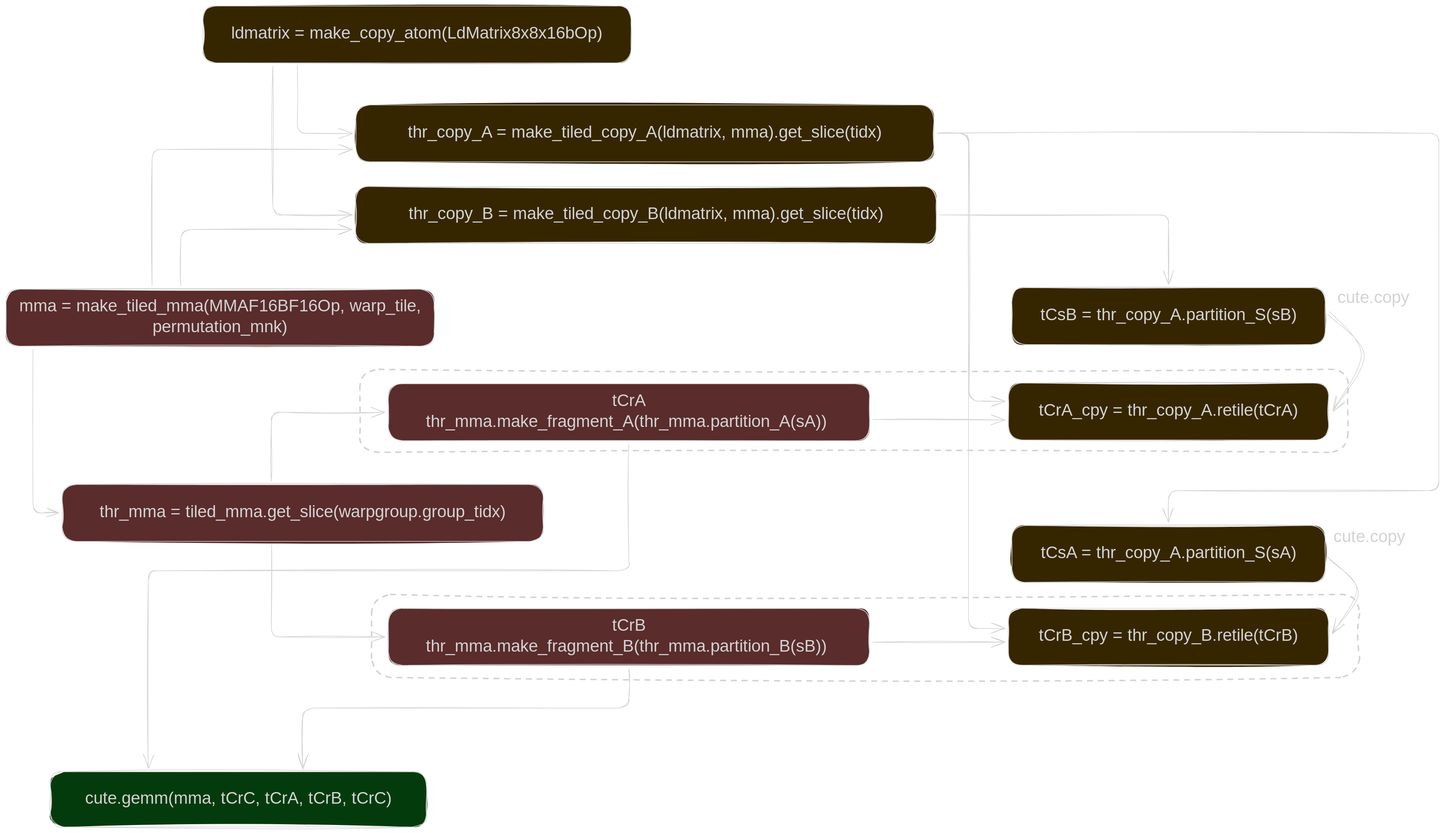
Earlier version of the Excalidraw export assets/img/megakernels/gemm_ldmatrix_dark.excalidraw.svg (Parth-Badgujar/Parth-Badgujar.github.io). Source tidied: one line per element, renumbered; positions are measured from the earlier drawing's top-left corner, leaving out a move shared by most shapes.
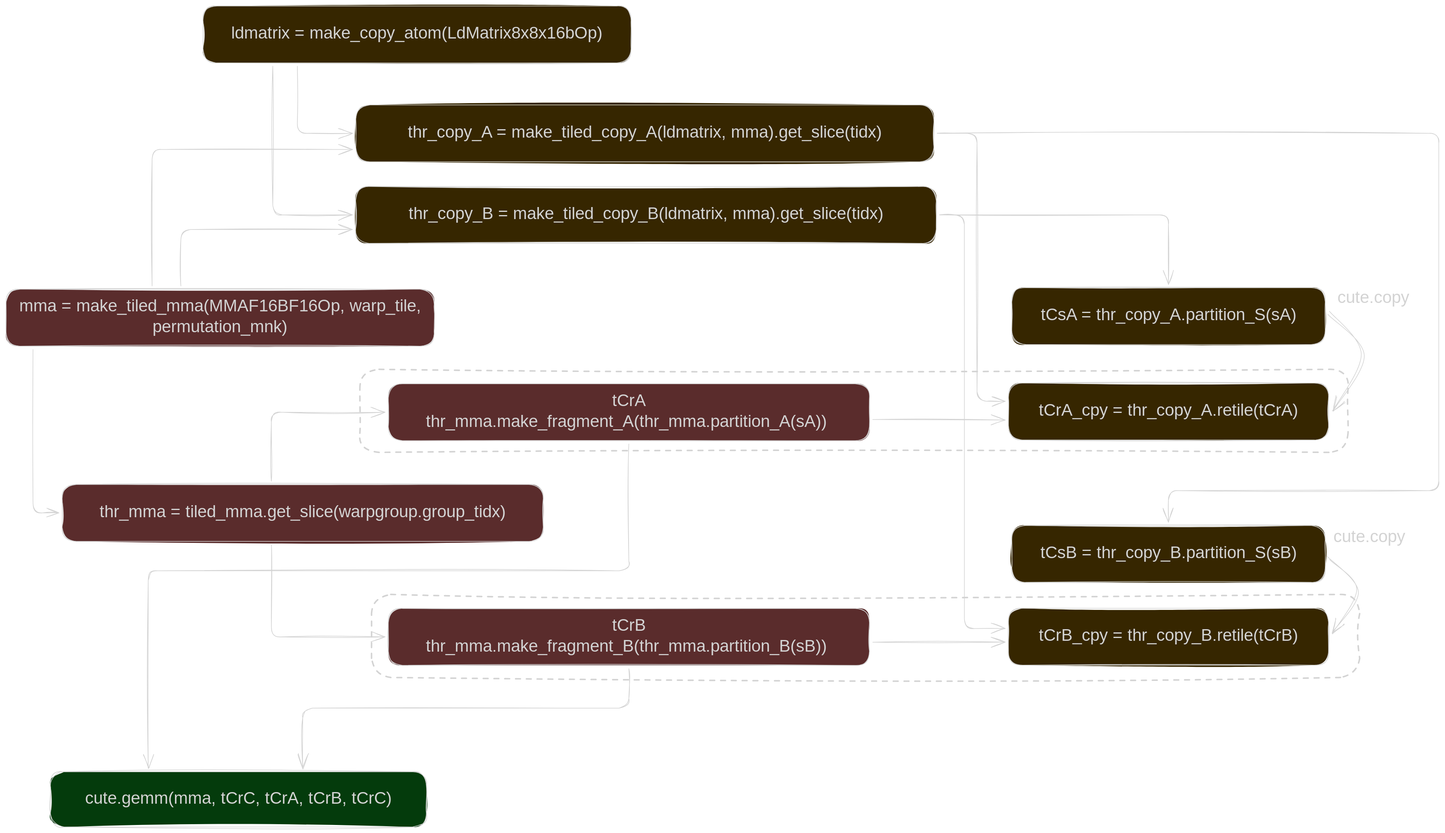
The same file after the commit.

Change to the diagram source:
```diff
@@ -7,7 +7,7 @@
 {"id": 6, "type": "arrow", "strokeColor": "#1e1e1e", "backgroundColor": "#ffec99", "fillStyle": "solid", "strokeWidth": 1, "roughness": 1, "endArrowhead": "arrow", "from": 0, "to": 2, "x": 486, "y": 100, "width": 92, "height": 112, "points": [[0, 0], [0, 112], [92, 112]]}
 {"id": 7, "type": "arrow", "strokeColor": "#1e1e1e", "backgroundColor": "#ffec99", "fillStyle": "solid", "strokeWidth": 1, "roughness": 1, "endArrowhead": "arrow", "from": 0, "to": 4, "x": 445, "y": 100, "width": 133, "height": 248, "points": [[0, 0], [0, 248], [133, 248]]}
 {"id": 8, "type": "rectangle", "strokeColor": "#1e1e1e", "backgroundColor": "#ffc9c9", "fillStyle": "solid", "strokeWidth": 1, "roughness": 1, "round": true, "x": 0, "y": 473, "width": 714, "height": 95}
-{"id": 9, "type": "text", "text": "mma = make_tiled_mma(MMAF16BF16Op, warp_tile,\npermutation_mnk)", "strokeColor": "#1e1e1e", "backgroundColor": "#ffec99", "fillStyle": "solid", "strokeWidth": 1, "roughness": 1, "fontSize": 28, "fontFamily": 8, "textAlign": "center", "verticalAlign": "middle", "inside": 8, "x": 10, "y": 485, "width": 693, "height": 70}
+{"id": 9, "type": "text", "text": "mma = make_tiled_mma(MMAF16BF16Op, warp_tile,\npermutation_mnk)", "strokeColor": "#1e1e1e", "backgroundColor": "#ffec99", "fillStyle": "solid", "strokeWidth": 1, "roughness": 1, "fontSize": 28, "fontFamily": 8, "textAlign": "center", "verticalAlign": "middle", "inside": 8, "x": 11, "y": 485, "width": 693, "height": 70}
 {"id": 10, "type": "arrow", "strokeColor": "#1e1e1e", "backgroundColor": "#ffc9c9", "fillStyle": "solid", "strokeWidth": 1, "roughness": 1, "endArrowhead": "arrow", "from": 8, "to": 4, "x": 292, "y": 467, "width": 286, "height": 94, "points": [[0, 0], [0, -94], [286, -94]]}
 {"id": 11, "type": "arrow", "strokeColor": "#1e1e1e", "backgroundColor": "#ffc9c9", "fillStyle": "solid", "strokeWidth": 1, "roughness": 1, "endArrowhead": "arrow", "from": 8, "to": 2, "x": 244, "y": 467, "width": 334, "height": 228, "points": [[0, 0], [0, -228], [334, -228]]}
 {"id": 12, "type": "rectangle", "strokeColor": "#1e1e1e", "backgroundColor": "#ffc9c9", "fillStyle": "solid", "strokeWidth": 1, "roughness": 1, "round": true, "x": 94, "y": 798, "width": 802, "height": 95}
@@ -17,20 +17,20 @@
 {"id": 16, "type": "text", "text": "tCrA\nthr_mma.make_fragment_A(thr_mma.partition_A(sA)) ", "strokeColor": "#1e1e1e", "backgroundColor": "#ffec99", "fillStyle": "solid", "strokeWidth": 1, "roughness": 1, "fontSize": 28, "fontFamily": 8, "textAlign": "center", "verticalAlign": "middle", "inside": 15, "x": 662, "y": 643, "width": 755, "height": 70}
 {"id": 17, "type": "rectangle", "strokeColor": "#1e1e1e", "backgroundColor": "#ffc9c9", "fillStyle": "solid", "strokeWidth": 1, "roughness": 1, "round": true, "x": 638, "y": 1005, "width": 802, "height": 95}
 {"id": 18, "type": "text", "text": "tCrB\nthr_mma.make_fragment_B(thr_mma.partition_B(sB)) ", "strokeColor": "#1e1e1e", "backgroundColor": "#ffec99", "fillStyle": "solid", "strokeWidth": 1, "roughness": 1, "fontSize": 28, "fontFamily": 8, "textAlign": "center", "verticalAlign": "middle", "inside": 17, "x": 662, "y": 1018, "width": 755, "height": 70}
-{"id": 19, "type": "arrow", "strokeColor": "#1e1e1e", "backgroundColor": "#ffc9c9", "fillStyle": "solid", "strokeWidth": 1, "roughness": 1, "endArrowhead": "arrow", "from": 12, "to": 15, "x": 442, "y": 793, "width": 190, "height": 115, "points": [[0, 0], [0, -115], [190, -115]]}
+{"id": 19, "type": "arrow", "strokeColor": "#1e1e1e", "backgroundColor": "#ffc9c9", "fillStyle": "solid", "strokeWidth": 1, "roughness": 1, "endArrowhead": "arrow", "from": 12, "to": 15, "x": 443, "y": 793, "width": 190, "height": 115, "points": [[0, 0], [0, -115], [190, -115]]}
 {"id": 20, "type": "arrow", "strokeColor": "#1e1e1e", "backgroundColor": "#ffc9c9", "fillStyle": "solid", "strokeWidth": 1, "roughness": 1, "endArrowhead": "arrow", "from": 12, "to": 17, "x": 443, "y": 899, "width": 189, "height": 154, "points": [[0, 0], [0, 154], [189, 154]]}
-{"id": 21, "type": "rectangle", "strokeColor": "#1e1e1e", "backgroundColor": "#ffec99", "fillStyle": "solid", "strokeWidth": 1, "roughness": 1, "round": true, "x": 1677, "y": 867, "width": 523, "height": 95}
+{"id": 21, "type": "rectangle", "strokeColor": "#1e1e1e", "backgroundColor": "#ffec99", "fillStyle": "solid", "strokeWidth": 1, "roughness": 1, "round": true, "x": 1678, "y": 867, "width": 523, "height": 95}
-{"id": 22, "type": "text", "text": "tCsA = thr_copy_A.partition_S(sA)", "strokeColor": "#1e1e1e", "backgroundColor": "#ffec99", "fillStyle": "solid", "strokeWidth": 1, "roughness": 1, "fontSize": 28, "fontFamily": 8, "textAlign": "center", "verticalAlign": "middle", "inside": 21, "x": 1685, "y": 897, "width": 508, "height": 35}
+{"id": 22, "type": "text", "text": "tCsB = thr_copy_B.partition_S(sB)", "strokeColor": "#1e1e1e", "backgroundColor": "#ffec99", "fillStyle": "solid", "strokeWidth": 1, "roughness": 1, "fontSize": 28, "fontFamily": 8, "textAlign": "center", "verticalAlign": "middle", "inside": 21, "x": 1685, "y": 897, "width": 508, "height": 35}
-{"id": 23, "type": "rectangle", "strokeColor": "#1e1e1e", "backgroundColor": "#ffec99", "fillStyle": "solid", "strokeWidth": 1, "roughness": 1, "round": true, "x": 1677, "y": 470, "width": 523, "height": 95}
+{"id": 23, "type": "rectangle", "strokeColor": "#1e1e1e", "backgroundColor": "#ffec99", "fillStyle": "solid", "strokeWidth": 1, "roughness": 1, "round": true, "x": 1678, "y": 470, "width": 523, "height": 95}
-{"id": 24, "type": "text", "text": "tCsB = thr_copy_A.partition_S(sB)", "strokeColor": "#1e1e1e", "backgroundColor": "#ffec99", "fillStyle": "solid", "strokeWidth": 1, "roughness": 1, "fontSize": 28, "fontFamily": 8, "textAlign": "center", "verticalAlign": "middle", "inside": 23, "x": 1685, "y": 500, "width": 508, "height": 35}
+{"id": 24, "type": "text", "text": "tCsA = thr_copy_A.partition_S(sA)", "strokeColor": "#1e1e1e", "backgroundColor": "#ffec99", "fillStyle": "solid", "strokeWidth": 1, "roughness": 1, "fontSize": 28, "fontFamily": 8, "textAlign": "center", "verticalAlign": "middle", "inside": 23, "x": 1685, "y": 500, "width": 508, "height": 35}
 {"id": 25, "type": "arrow", "strokeColor": "#1e1e1e", "backgroundColor": "#ffc9c9", "fillStyle": "solid", "strokeWidth": 1, "roughness": 1, "endArrowhead": "arrow", "from": 2, "to": 21, "x": 1553, "y": 212, "width": 837, "height": 649, "points": [[0, 0], [837, 0], [837, 596], [386, 596], [386, 649]]}
 {"id": 26, "type": "arrow", "strokeColor": "#1e1e1e", "backgroundColor": "#ffc9c9", "fillStyle": "solid", "strokeWidth": 1, "roughness": 1, "endArrowhead": "arrow", "from": 4, "to": 23, "x": 1557, "y": 349, "width": 382, "height": 116, "points": [[0, 0], [382, 0], [382, 116]]}
 {"id": 27, "type": "rectangle", "strokeColor": "#1e1e1e", "backgroundColor": "#ffec99", "fillStyle": "solid", "strokeWidth": 1, "roughness": 1, "round": true, "x": 1672, "y": 1005, "width": 534, "height": 95}
 {"id": 28, "type": "text", "text": "tCrB_cpy = thr_copy_B.retile(tCrB)", "strokeColor": "#1e1e1e", "backgroundColor": "#ffec99", "fillStyle": "solid", "strokeWidth": 1, "roughness": 1, "fontSize": 28, "fontFamily": 8, "textAlign": "center", "verticalAlign": "middle", "inside": 27, "x": 1677, "y": 1035, "width": 524, "height": 35}
 {"id": 29, "type": "rectangle", "strokeColor": "#1e1e1e", "backgroundColor": "#ffec99", "fillStyle": "solid", "strokeWidth": 1, "roughness": 1, "round": true, "x": 1672, "y": 629, "width": 534, "height": 95}
 {"id": 30, "type": "text", "text": "tCrA_cpy = thr_copy_A.retile(tCrA)", "strokeColor": "#1e1e1e", "backgroundColor": "#ffec99", "fillStyle": "solid", "strokeWidth": 1, "roughness": 1, "fontSize": 28, "fontFamily": 8, "textAlign": "center", "verticalAlign": "middle", "inside": 29, "x": 1677, "y": 659, "width": 524, "height": 35}
-{"id": 31, "type": "arrow", "strokeColor": "#1e1e1e", "backgroundColor": "#ffc9c9", "fillStyle": "solid", "strokeWidth": 1, "roughness": 1, "endArrowhead": "arrow", "from": 2, "to": 29, "x": 1553, "y": 212, "width": 113, "height": 447, "points": [[0, 0], [53, 0], [53, 447], [113, 447]]}
+{"id": 31, "type": "arrow", "strokeColor": "#1e1e1e", "backgroundColor": "#ffc9c9", "fillStyle": "solid", "strokeWidth": 1, "roughness": 1, "endArrowhead": "arrow", "from": 2, "to": 29, "x": 1553, "y": 212, "width": 113, "height": 447, "points": [[0, 0], [67, 0], [67, 447], [113, 447]]}
-{"id": 32, "type": "arrow", "strokeColor": "#1e1e1e", "backgroundColor": "#ffc9c9", "fillStyle": "solid", "strokeWidth": 1, "roughness": 1, "endArrowhead": "arrow", "from": 2, "to": 27, "x": 1553, "y": 212, "width": 113, "height": 826, "points": [[0, 0], [52, 0], [52, 826], [113, 826]]}
+{"id": 32, "type": "arrow", "strokeColor": "#1e1e1e", "backgroundColor": "#ffc9c9", "fillStyle": "solid", "strokeWidth": 1, "roughness": 1, "endArrowhead": "arrow", "from": 4, "to": 27, "x": 1557, "y": 349, "width": 109, "height": 690, "points": [[0, 0], [41, 0], [41, 690], [109, 690]]}
 {"id": 33, "type": "arrow", "strokeColor": "#1e1e1e", "backgroundColor": "#ffc9c9", "fillStyle": "solid", "strokeWidth": 1, "roughness": 1, "endArrowhead": "arrow", "from": 15, "to": 29, "x": 1446, "y": 690, "width": 221, "height": 1, "points": [[0, 0], [221, 1]]}
 {"id": 34, "type": "arrow", "strokeColor": "#1e1e1e", "backgroundColor": "#ffc9c9", "fillStyle": "solid", "strokeWidth": 1, "roughness": 1, "endArrowhead": "arrow", "from": 17, "to": 27, "x": 1446, "y": 1061, "width": 221, "height": 0, "points": [[0, 0], [221, 0]]}
 {"id": 35, "type": "arrow", "strokeColor": "#1e1e1e", "backgroundColor": "#ffc9c9", "fillStyle": "solid", "strokeWidth": 1, "roughness": 2, "endArrowhead": "arrow", "round": true, "from": 23, "to": 29, "x": 2206, "y": 511, "width": 57, "height": 165, "points": [[0, 0], [57, 71], [6, 165]]}
```
